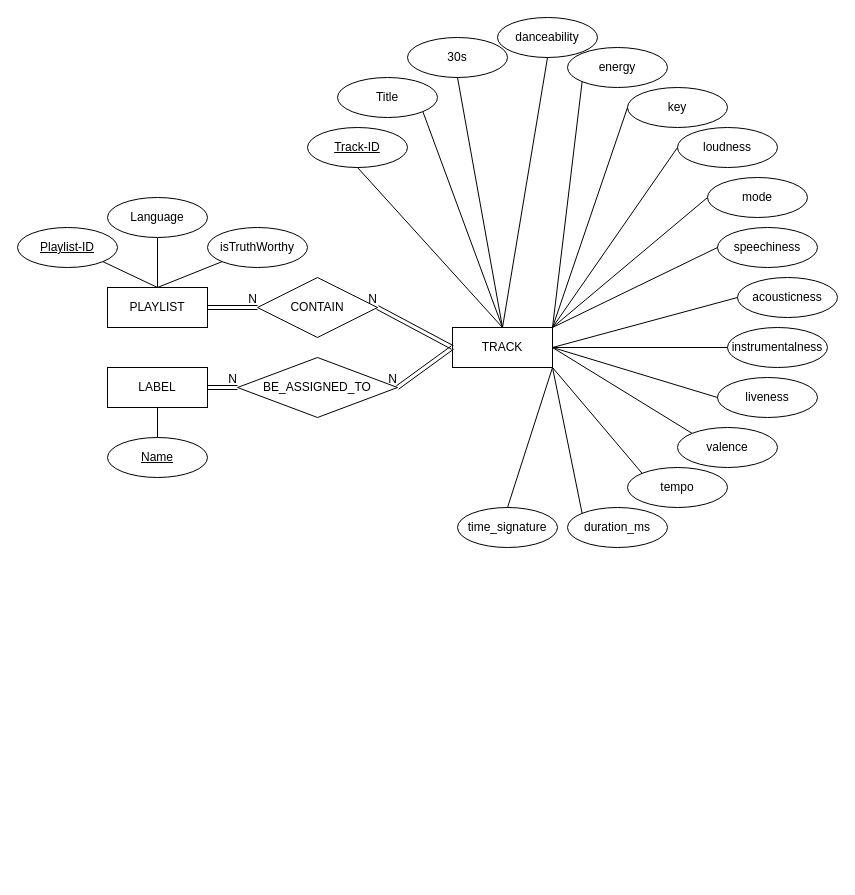
Above: spotify.drawio in quangmnh/drawio (draw.io), before the change. Source tidied: cells renumbered, new cells numbered last; positions are measured from the earlier drawing's top-left corner, leaving out a move shared by most shapes. Both pictures are drawn from the tidied source at 100%, with x=0, y=0 at pixel (17, 17).
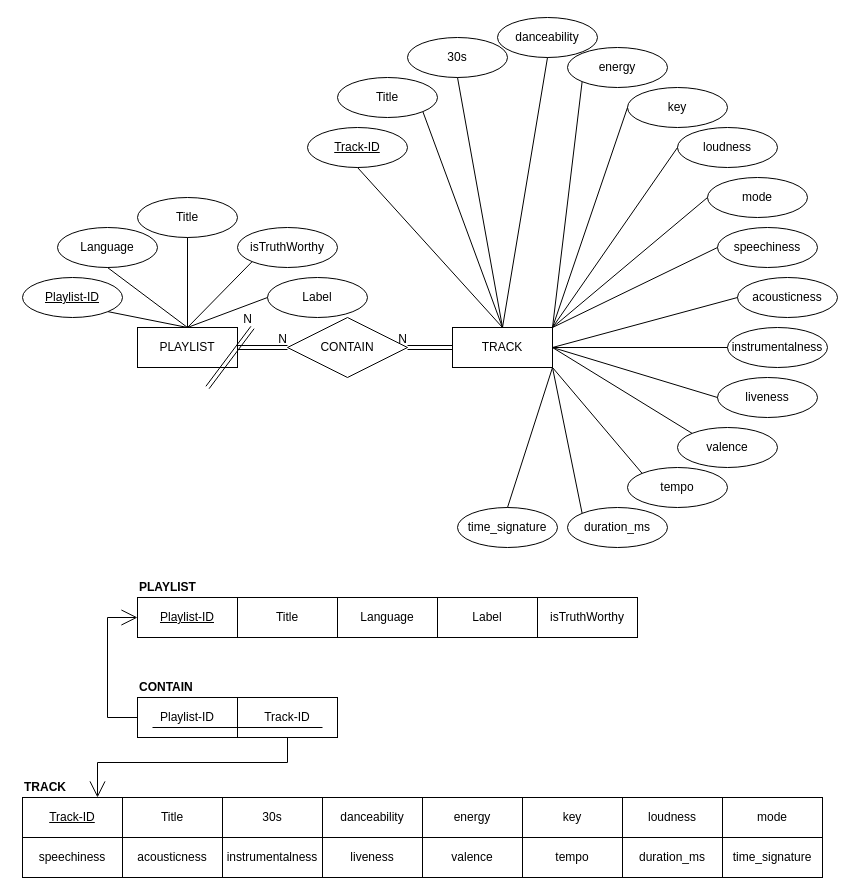
Above is the later version.

The change refers to these unchanged cells:
```xml
<mxCell id="2" value="TRACK" style="whiteSpace=wrap;html=1;align=center;hachureGap=4;" parent="1" vertex="1">
  <mxGeometry x="435" y="310" width="100" height="40" as="geometry" />
</mxCell>
```

What changed in the source:
```diff
@@
     <mxCell id="19" value="PLAYLIST" style="whiteSpace=wrap;html=1;align=center;hachureGap=4;" parent="1" vertex="1">
-      <mxGeometry x="90" y="270" width="100" height="40" as="geometry" />
+      <mxGeometry x="120" y="310" width="100" height="40" as="geometry" />
     </mxCell>
     <mxCell id="20" value="Playlist-ID" style="ellipse;whiteSpace=wrap;html=1;align=center;fontStyle=4;hachureGap=4;" parent="1" vertex="1">
-      <mxGeometry y="210" width="100" height="40" as="geometry" />
+      <mxGeometry x="5" y="260" width="100" height="40" as="geometry" />
     </mxCell>
     <mxCell id="21" value="CONTAIN" style="shape=rhombus;perimeter=rhombusPerimeter;whiteSpace=wrap;html=1;align=center;hachureGap=4;" parent="1" vertex="1">
-      <mxGeometry x="240" y="260" width="120" height="60" as="geometry" />
+      <mxGeometry x="270" y="300" width="120" height="60" as="geometry" />
     </mxCell>
@@
-    <mxCell id="26" value="LABEL" style="whiteSpace=wrap;html=1;align=center;hachureGap=4;" parent="1" vertex="1">
-      <mxGeometry x="90" y="350" width="100" height="40" as="geometry" />
-    </mxCell>
-    <mxCell id="27" value="Name" style="ellipse;whiteSpace=wrap;html=1;align=center;fontStyle=4;hachureGap=4;" parent="1" vertex="1">
-      <mxGeometry x="90" y="420" width="100" height="40" as="geometry" />
-    </mxCell>
-    <mxCell id="28" value="BE_ASSIGNED_TO" style="shape=rhombus;perimeter=rhombusPerimeter;whiteSpace=wrap;html=1;align=center;hachureGap=4;" parent="1" vertex="1">
-      <mxGeometry x="220" y="340" width="160" height="60" as="geometry" />
-    </mxCell>
-    <mxCell id="29" style="shape=link;html=1;rounded=0;endArrow=open;startSize=14;endSize=14;sourcePerimeterSpacing=8;targetPerimeterSpacing=8;exitX=1;exitY=0.5;exitDx=0;exitDy=0;entryX=0;entryY=0.5;entryDx=0;entryDy=0;" parent="1" edge="1" source="26" target="28">
-      <mxGeometry relative="1" as="geometry" />
+    <mxCell id="29" style="shape=link;html=1;rounded=0;endArrow=open;startSize=14;endSize=14;sourcePerimeterSpacing=8;targetPerimeterSpacing=8;exitX=1;exitY=0.5;exitDx=0;exitDy=0;entryX=0;entryY=0.5;entryDx=0;entryDy=0;" parent="1" edge="1">
+      <mxGeometry relative="1" as="geometry">
+        <mxPoint x="190" y="370" as="sourcePoint" />
+        <mxPoint x="235" y="310" as="targetPoint" />
+      </mxGeometry>
     </mxCell>
@@
-    <mxCell id="31" style="shape=link;html=1;rounded=0;endArrow=open;startSize=14;endSize=14;sourcePerimeterSpacing=8;targetPerimeterSpacing=8;exitX=0;exitY=0.5;exitDx=0;exitDy=0;entryX=1;entryY=0.5;entryDx=0;entryDy=0;" parent="1" edge="1" source="2" target="28">
-      <mxGeometry relative="1" as="geometry" />
-    </mxCell>
-    <mxCell id="32" value="N" style="html=1;align=right;verticalAlign=bottom;" parent="31" vertex="1">
-      <mxGeometry x="1" relative="1" as="geometry" />
-    </mxCell>
@@
-    <mxCell id="49" style="endArrow=none;html=1;rounded=0;startSize=14;endSize=14;sourcePerimeterSpacing=8;targetPerimeterSpacing=8;exitX=0.5;exitY=1;exitDx=0;exitDy=0;entryX=0.5;entryY=0;entryDx=0;entryDy=0;" parent="1" edge="1" source="26" target="27">
-      <mxGeometry relative="1" as="geometry" />
-    </mxCell>
@@
     <mxCell id="51" value="Language" style="ellipse;whiteSpace=wrap;html=1;align=center;hachureGap=4;" parent="1" vertex="1">
-      <mxGeometry x="90" y="180" width="100" height="40" as="geometry" />
+      <mxGeometry x="40" y="210" width="100" height="40" as="geometry" />
     </mxCell>
     <mxCell id="52" value="isTruthWorthy" style="ellipse;whiteSpace=wrap;html=1;align=center;hachureGap=4;" parent="1" vertex="1">
-      <mxGeometry x="190" y="210" width="100" height="40" as="geometry" />
+      <mxGeometry x="220" y="210" width="100" height="40" as="geometry" />
     </mxCell>
@@
+    <mxCell id="55" value="&lt;span&gt;&lt;u&gt;Playlist-ID&lt;/u&gt;&lt;/span&gt;" style="whiteSpace=wrap;html=1;align=center;hachureGap=4;" parent="1" vertex="1">
+      <mxGeometry x="120" y="580" width="100" height="40" as="geometry" />
+    </mxCell>
+    <mxCell id="56" value="Language" style="whiteSpace=wrap;html=1;align=center;hachureGap=4;" parent="1" vertex="1">
+      <mxGeometry x="320" y="580" width="100" height="40" as="geometry" />
+    </mxCell>
+    <mxCell id="57" value="isTruthWorthy" style="whiteSpace=wrap;html=1;align=center;hachureGap=4;" parent="1" vertex="1">
+      <mxGeometry x="520" y="580" width="100" height="40" as="geometry" />
+    </mxCell>
+    <mxCell id="58" value="&lt;b&gt;PLAYLIST&lt;/b&gt;" style="text;html=1;strokeColor=none;fillColor=none;align=left;verticalAlign=middle;whiteSpace=wrap;rounded=0;hachureGap=4;" parent="1" vertex="1">
+      <mxGeometry x="120" y="560" width="40" height="20" as="geometry" />
+    </mxCell>
+    <mxCell id="59" value="&lt;span&gt;&lt;u&gt;Track-ID&lt;/u&gt;&lt;/span&gt;" style="whiteSpace=wrap;html=1;align=center;hachureGap=4;" parent="1" vertex="1">
+      <mxGeometry x="5" y="780" width="100" height="40" as="geometry" />
+    </mxCell>
+    <mxCell id="60" value="&lt;b&gt;TRACK&lt;/b&gt;" style="text;html=1;strokeColor=none;fillColor=none;align=left;verticalAlign=middle;whiteSpace=wrap;rounded=0;hachureGap=4;" parent="1" vertex="1">
+      <mxGeometry x="5" y="760" width="40" height="20" as="geometry" />
+    </mxCell>
+    <mxCell id="61" value="Title" style="whiteSpace=wrap;html=1;align=center;hachureGap=4;" parent="1" vertex="1">
+      <mxGeometry x="105" y="780" width="100" height="40" as="geometry" />
+    </mxCell>
+    <mxCell id="62" value="30s" style="whiteSpace=wrap;html=1;align=center;hachureGap=4;" parent="1" vertex="1">
+      <mxGeometry x="205" y="780" width="100" height="40" as="geometry" />
+    </mxCell>
+    <mxCell id="63" value="danceability" style="whiteSpace=wrap;html=1;align=center;hachureGap=4;" parent="1" vertex="1">
+      <mxGeometry x="305" y="780" width="100" height="40" as="geometry" />
+    </mxCell>
+    <mxCell id="64" value="energy" style="whiteSpace=wrap;html=1;align=center;hachureGap=4;" parent="1" vertex="1">
+      <mxGeometry x="405" y="780" width="100" height="40" as="geometry" />
+    </mxCell>
+    <mxCell id="65" value="key" style="whiteSpace=wrap;html=1;align=center;hachureGap=4;" parent="1" vertex="1">
+      <mxGeometry x="505" y="780" width="100" height="40" as="geometry" />
+    </mxCell>
+    <mxCell id="66" value="loudness" style="whiteSpace=wrap;html=1;align=center;hachureGap=4;" parent="1" vertex="1">
+      <mxGeometry x="605" y="780" width="100" height="40" as="geometry" />
+    </mxCell>
+    <mxCell id="67" value="mode" style="whiteSpace=wrap;html=1;align=center;hachureGap=4;" parent="1" vertex="1">
+      <mxGeometry x="705" y="780" width="100" height="40" as="geometry" />
+    </mxCell>
+    <mxCell id="68" value="speechiness" style="whiteSpace=wrap;html=1;align=center;hachureGap=4;" parent="1" vertex="1">
+      <mxGeometry x="5" y="820" width="100" height="40" as="geometry" />
+    </mxCell>
+    <mxCell id="69" value="acousticness" style="whiteSpace=wrap;html=1;align=center;hachureGap=4;" parent="1" vertex="1">
+      <mxGeometry x="105" y="820" width="100" height="40" as="geometry" />
+    </mxCell>
+    <mxCell id="70" value="instrumentalness" style="whiteSpace=wrap;html=1;align=center;hachureGap=4;" parent="1" vertex="1">
+      <mxGeometry x="205" y="820" width="100" height="40" as="geometry" />
+    </mxCell>
+    <mxCell id="71" value="liveness" style="whiteSpace=wrap;html=1;align=center;hachureGap=4;" parent="1" vertex="1">
+      <mxGeometry x="305" y="820" width="100" height="40" as="geometry" />
+    </mxCell>
+    <mxCell id="72" value="valence" style="whiteSpace=wrap;html=1;align=center;hachureGap=4;" parent="1" vertex="1">
+      <mxGeometry x="405" y="820" width="100" height="40" as="geometry" />
+    </mxCell>
+    <mxCell id="73" value="tempo" style="whiteSpace=wrap;html=1;align=center;hachureGap=4;" parent="1" vertex="1">
+      <mxGeometry x="505" y="820" width="100" height="40" as="geometry" />
+    </mxCell>
+    <mxCell id="74" value="duration_ms" style="whiteSpace=wrap;html=1;align=center;hachureGap=4;" parent="1" vertex="1">
+      <mxGeometry x="605" y="820" width="100" height="40" as="geometry" />
+    </mxCell>
+    <mxCell id="75" value="time_signature" style="whiteSpace=wrap;html=1;align=center;hachureGap=4;" parent="1" vertex="1">
+      <mxGeometry x="705" y="820" width="100" height="40" as="geometry" />
+    </mxCell>
+    <mxCell id="76" style="edgeStyle=orthogonalEdgeStyle;rounded=0;jettySize=auto;html=1;exitX=0;exitY=0.5;exitDx=0;exitDy=0;entryX=0;entryY=0.5;entryDx=0;entryDy=0;endArrow=open;startSize=14;endSize=14;sourcePerimeterSpacing=8;targetPerimeterSpacing=8;" parent="1" edge="1" source="77" target="55">
+      <mxGeometry relative="1" as="geometry">
+        <Array as="points">
+          <mxPoint x="90" y="700" />
+          <mxPoint x="90" y="600" />
+        </Array>
+      </mxGeometry>
+    </mxCell>
+    <mxCell id="77" value="Playlist-ID" style="whiteSpace=wrap;html=1;align=center;hachureGap=4;" parent="1" vertex="1">
+      <mxGeometry x="120" y="680" width="100" height="40" as="geometry" />
+    </mxCell>
+    <mxCell id="78" style="edgeStyle=orthogonalEdgeStyle;rounded=0;jettySize=auto;html=1;exitX=0.5;exitY=1;exitDx=0;exitDy=0;entryX=0.75;entryY=0;entryDx=0;entryDy=0;endArrow=open;startSize=14;endSize=14;sourcePerimeterSpacing=8;targetPerimeterSpacing=8;" parent="1" edge="1" source="79" target="59">
+      <mxGeometry relative="1" as="geometry" />
+    </mxCell>
+    <mxCell id="79" value="&lt;span&gt;Track-ID&lt;/span&gt;" style="whiteSpace=wrap;html=1;align=center;hachureGap=4;" parent="1" vertex="1">
+      <mxGeometry x="220" y="680" width="100" height="40" as="geometry" />
+    </mxCell>
+    <mxCell id="80" value="&lt;b&gt;CONTAIN&lt;/b&gt;" style="text;html=1;strokeColor=none;fillColor=none;align=left;verticalAlign=middle;whiteSpace=wrap;rounded=0;hachureGap=4;" parent="1" vertex="1">
+      <mxGeometry x="120" y="660" width="40" height="20" as="geometry" />
+    </mxCell>
+    <mxCell id="81" style="endArrow=none;html=1;rounded=0;startSize=14;endSize=14;sourcePerimeterSpacing=8;targetPerimeterSpacing=8;exitX=0.5;exitY=0;exitDx=0;exitDy=0;" parent="1" edge="1">
+      <mxGeometry relative="1" as="geometry">
+        <mxPoint x="135" y="710" as="sourcePoint" />
+        <mxPoint x="305" y="710" as="targetPoint" />
+      </mxGeometry>
+    </mxCell>
+    <mxCell id="82" value="Title" style="ellipse;whiteSpace=wrap;html=1;align=center;hachureGap=4;" parent="1" vertex="1">
+      <mxGeometry x="120" y="180" width="100" height="40" as="geometry" />
+    </mxCell>
+    <mxCell id="83" style="endArrow=none;html=1;rounded=0;startSize=14;endSize=14;sourcePerimeterSpacing=8;targetPerimeterSpacing=8;exitX=0.5;exitY=0;exitDx=0;exitDy=0;entryX=0.5;entryY=1;entryDx=0;entryDy=0;" parent="1" edge="1" source="19" target="82">
+      <mxGeometry relative="1" as="geometry" />
+    </mxCell>
+    <mxCell id="84" value="Title" style="whiteSpace=wrap;html=1;align=center;hachureGap=4;" parent="1" vertex="1">
+      <mxGeometry x="220" y="580" width="100" height="40" as="geometry" />
+    </mxCell>
+    <mxCell id="85" value="Label" style="ellipse;whiteSpace=wrap;html=1;align=center;hachureGap=4;" parent="1" vertex="1">
+      <mxGeometry x="250" y="260" width="100" height="40" as="geometry" />
+    </mxCell>
+    <mxCell id="86" style="endArrow=none;html=1;rounded=0;startSize=14;endSize=14;sourcePerimeterSpacing=8;targetPerimeterSpacing=8;exitX=0.5;exitY=0;exitDx=0;exitDy=0;entryX=0;entryY=0.5;entryDx=0;entryDy=0;" parent="1" edge="1" source="19" target="85">
+      <mxGeometry relative="1" as="geometry" />
+    </mxCell>
+    <mxCell id="87" value="Label" style="whiteSpace=wrap;html=1;align=center;hachureGap=4;" parent="1" vertex="1">
+      <mxGeometry x="420" y="580" width="100" height="40" as="geometry" />
+    </mxCell>
```
